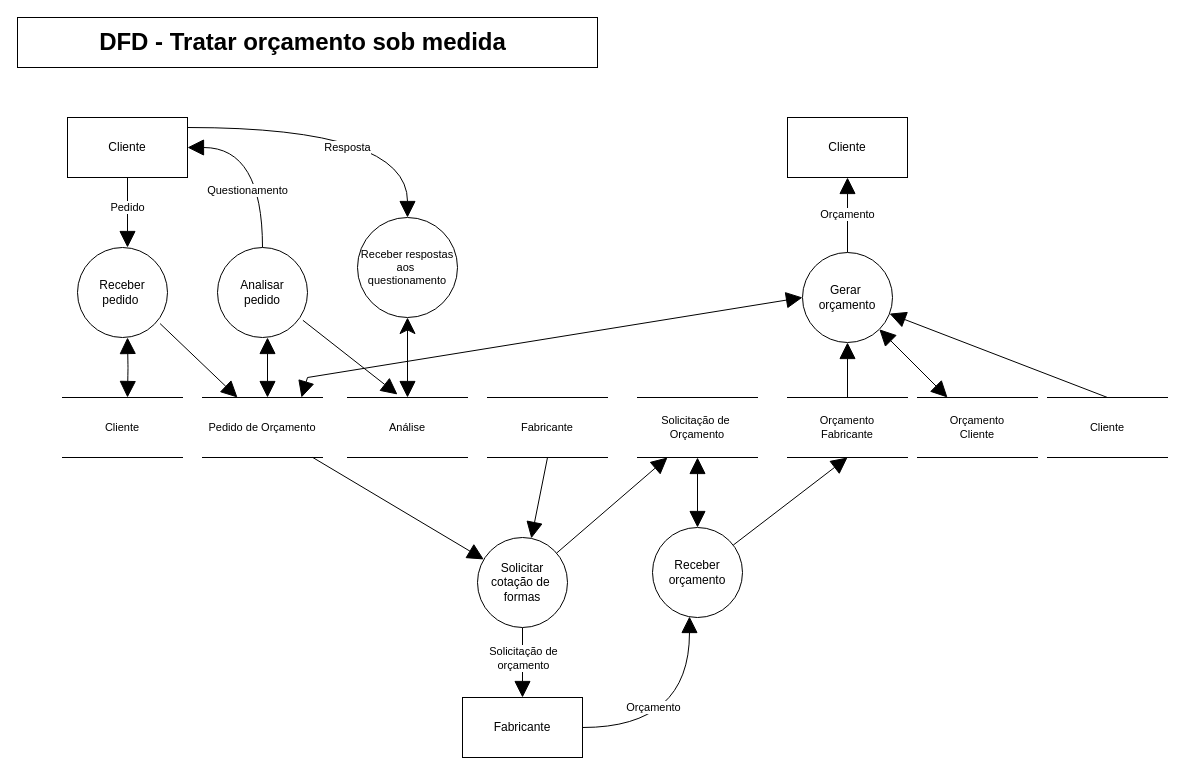
This is Documentation/DFD Essencial para cada Capacidade/DFD Tratar Orçamento_sob_medida.drawio from Systematicos/FindingApp, a draw.io file, before an edit. Source tidied: cells renumbered, new cells numbered last; positions are measured from the earlier drawing's top-left corner, leaving out a move shared by most shapes. Both pictures are drawn from the tidied source at 100%, with x=0, y=0 at pixel (17, 17).
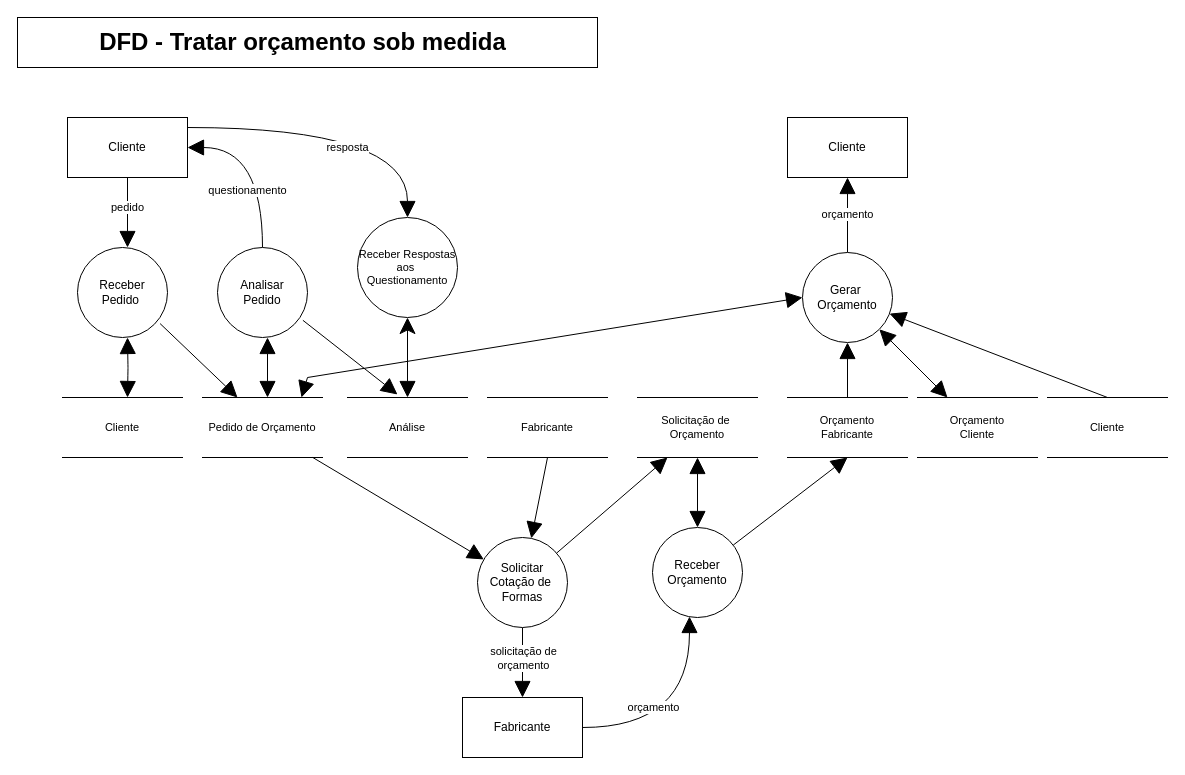
Above is the later version.

The change refers to these unchanged cells:
```xml
<mxCell id="8" value="Cliente" style="rounded=0;whiteSpace=wrap;html=1;" parent="1" vertex="1">
  <mxGeometry x="50" y="100" width="120" height="60" as="geometry" />
</mxCell>
<mxCell id="9" value="Cliente" style="rounded=0;whiteSpace=wrap;html=1;" parent="1" vertex="1">
  <mxGeometry x="770" y="100" width="120" height="60" as="geometry" />
</mxCell>
<mxCell id="24" style="edgeStyle=none;rounded=0;jettySize=auto;html=1;startArrow=none;startFill=0;endArrow=block;endFill=1;fontSize=11;strokeWidth=1;endSize=14;startSize=14;" parent="1" edge="1" source="27" target="33">
  <mxGeometry relative="1" as="geometry" />
</mxCell>
<mxCell id="31" style="edgeStyle=orthogonalEdgeStyle;rounded=0;jettySize=auto;html=1;entryX=0.411;entryY=0.989;entryDx=0;entryDy=0;entryPerimeter=0;startArrow=none;startFill=0;endArrow=block;endFill=1;fontSize=11;curved=1;strokeWidth=1;endSize=14;startSize=14;" parent="1" edge="1" source="33" target="30">
  <mxGeometry relative="1" as="geometry" />
</mxCell>
```

What changed in the source:
```diff
@@
-    <mxCell id="2" value="Receber&lt;br&gt;pedido&amp;nbsp;" style="ellipse;whiteSpace=wrap;html=1;" parent="1" vertex="1">
+    <mxCell id="2" value="Receber&lt;br&gt;Pedido&amp;nbsp;" style="ellipse;whiteSpace=wrap;html=1;" parent="1" vertex="1">
       <mxGeometry x="60" y="230" width="90" height="90" as="geometry" />
     </mxCell>
-    <mxCell id="3" value="Questionamento" style="edgeStyle=orthogonalEdgeStyle;rounded=0;jettySize=auto;html=1;entryX=1;entryY=0.5;entryDx=0;entryDy=0;exitX=0.5;exitY=0;exitDx=0;exitDy=0;curved=1;endArrow=block;endFill=1;endSize=14;startSize=14;" parent="1" edge="1" source="4" target="8">
+    <mxCell id="3" value="questionamento" style="edgeStyle=orthogonalEdgeStyle;rounded=0;jettySize=auto;html=1;entryX=1;entryY=0.5;entryDx=0;entryDy=0;exitX=0.5;exitY=0;exitDx=0;exitDy=0;curved=1;endArrow=block;endFill=1;endSize=14;startSize=14;" parent="1" edge="1" source="4" target="8">
       <mxGeometry x="-0.35" y="15" relative="1" as="geometry" />
     </mxCell>
-    <mxCell id="4" value="Analisar&lt;br&gt;pedido" style="ellipse;whiteSpace=wrap;html=1;" parent="1" vertex="1">
+    <mxCell id="4" value="Analisar&lt;br&gt;Pedido" style="ellipse;whiteSpace=wrap;html=1;" parent="1" vertex="1">
       <mxGeometry x="200" y="230" width="90" height="90" as="geometry" />
     </mxCell>
@@
-    <mxCell id="6" value="Receber respostas aos&amp;nbsp;&lt;br style=&quot;font-size: 11px&quot;&gt;questionamento" style="ellipse;whiteSpace=wrap;html=1;fontSize=11;" parent="1" vertex="1">
+    <mxCell id="6" value="Receber Respostas aos&amp;nbsp;&lt;br style=&quot;font-size: 11px&quot;&gt;Questionamento" style="ellipse;whiteSpace=wrap;html=1;fontSize=11;" parent="1" vertex="1">
       <mxGeometry x="340" y="200" width="100" height="100" as="geometry" />
     </mxCell>
-    <mxCell id="7" value="Resposta" style="edgeStyle=orthogonalEdgeStyle;rounded=0;jettySize=auto;html=1;entryX=0.5;entryY=0;entryDx=0;entryDy=0;endArrow=block;endFill=1;fontSize=11;curved=1;endSize=14;startSize=14;" parent="1" edge="1" source="8" target="6">
+    <mxCell id="7" value="resposta" style="edgeStyle=orthogonalEdgeStyle;rounded=0;jettySize=auto;html=1;entryX=0.5;entryY=0;entryDx=0;entryDy=0;endArrow=block;endFill=1;fontSize=11;curved=1;endSize=14;startSize=14;" parent="1" edge="1" source="8" target="6">
       <mxGeometry x="0.03" y="-20" relative="1" as="geometry">
         <Array as="points">
           <mxPoint x="390" y="110" />
         </Array>
       </mxGeometry>
     </mxCell>
@@
-    <mxCell id="16" value="Orçamento" style="edgeStyle=none;rounded=0;jettySize=auto;html=1;entryX=0.5;entryY=1;entryDx=0;entryDy=0;endArrow=block;endFill=1;fontSize=11;strokeWidth=1;endSize=14;startSize=14;" parent="1" edge="1" source="18" target="9">
+    <mxCell id="16" value="orçamento" style="edgeStyle=none;rounded=0;jettySize=auto;html=1;entryX=0.5;entryY=1;entryDx=0;entryDy=0;endArrow=block;endFill=1;fontSize=11;strokeWidth=1;endSize=14;startSize=14;" parent="1" edge="1" source="18" target="9">
       <mxGeometry relative="1" as="geometry" />
     </mxCell>
@@
-    <mxCell id="18" value="Gerar&amp;nbsp;&lt;br&gt;orçamento" style="ellipse;whiteSpace=wrap;html=1;" parent="1" vertex="1">
+    <mxCell id="18" value="Gerar&amp;nbsp;&lt;br&gt;Orçamento" style="ellipse;whiteSpace=wrap;html=1;" parent="1" vertex="1">
       <mxGeometry x="785" y="235" width="90" height="90" as="geometry" />
     </mxCell>
@@
-    <mxCell id="25" value="Solicitação de &lt;br&gt;orçamento" style="edgeLabel;html=1;align=center;verticalAlign=middle;fontSize=11;" parent="24" vertex="1">
+    <mxCell id="25" value="solicitação de &lt;br&gt;orçamento" style="edgeLabel;html=1;align=center;verticalAlign=middle;fontSize=11;" parent="24" vertex="1">
       <mxGeometry x="-0.43" y="4" relative="1" as="geometry">
         <mxPoint x="-4" y="10" as="offset" />
       </mxGeometry>
     </mxCell>
@@
-    <mxCell id="27" value="Solicitar&lt;br&gt;cotação de&amp;nbsp;&lt;br&gt;formas" style="ellipse;whiteSpace=wrap;html=1;" parent="1" vertex="1">
+    <mxCell id="27" value="Solicitar&lt;br&gt;Cotação de&amp;nbsp;&lt;br&gt;Formas" style="ellipse;whiteSpace=wrap;html=1;" parent="1" vertex="1">
       <mxGeometry x="460" y="520" width="90" height="90" as="geometry" />
     </mxCell>
@@
-    <mxCell id="30" value="Receber orçamento" style="ellipse;whiteSpace=wrap;html=1;" parent="1" vertex="1">
+    <mxCell id="30" value="Receber Orçamento" style="ellipse;whiteSpace=wrap;html=1;" parent="1" vertex="1">
       <mxGeometry x="635" y="510" width="90" height="90" as="geometry" />
     </mxCell>
@@
-    <mxCell id="32" value="Orçamento" style="edgeLabel;html=1;align=center;verticalAlign=middle;fontSize=11;" parent="31" vertex="1">
+    <mxCell id="32" value="orçamento" style="edgeLabel;html=1;align=center;verticalAlign=middle;fontSize=11;" parent="31" vertex="1">
       <mxGeometry x="-0.36" y="21" relative="1" as="geometry" />
     </mxCell>
@@
-    <mxCell id="37" value="Pedido" style="edgeStyle=elbowEdgeStyle;rounded=0;orthogonalLoop=1;jettySize=auto;html=1;endArrow=block;endFill=1;strokeWidth=1;endSize=14;startSize=14;" parent="1" edge="1">
+    <mxCell id="37" value="pedido" style="edgeStyle=elbowEdgeStyle;rounded=0;orthogonalLoop=1;jettySize=auto;html=1;endArrow=block;endFill=1;strokeWidth=1;endSize=14;startSize=14;" parent="1" edge="1">
       <mxGeometry x="-0.14" relative="1" as="geometry">
         <mxPoint x="110" y="160" as="sourcePoint" />
         <mxPoint x="110" y="230" as="targetPoint" />
       </mxGeometry>
     </mxCell>
```
